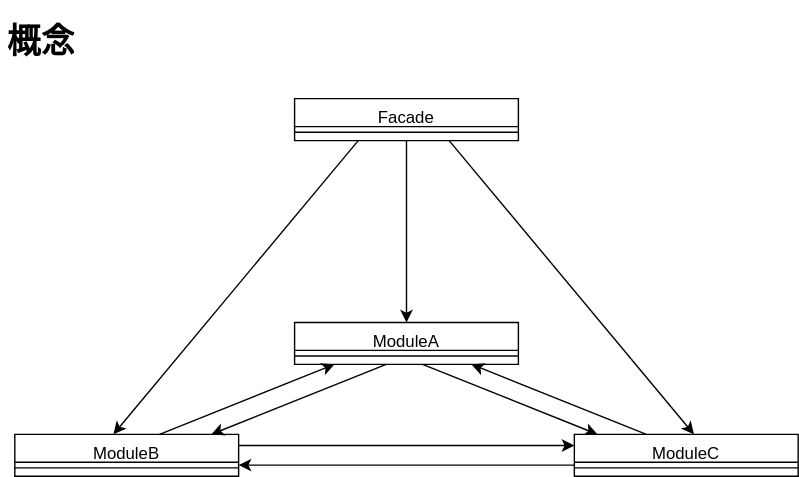
Earlier version of the draw.io export drawio/facade/facade_concept.drawio.svg (go-to-k/cdk-gof-design-pattern). Source tidied: cells renumbered, new cells last; positions are measured from the earlier drawing's top-left corner, leaving out a move shared by most shapes.
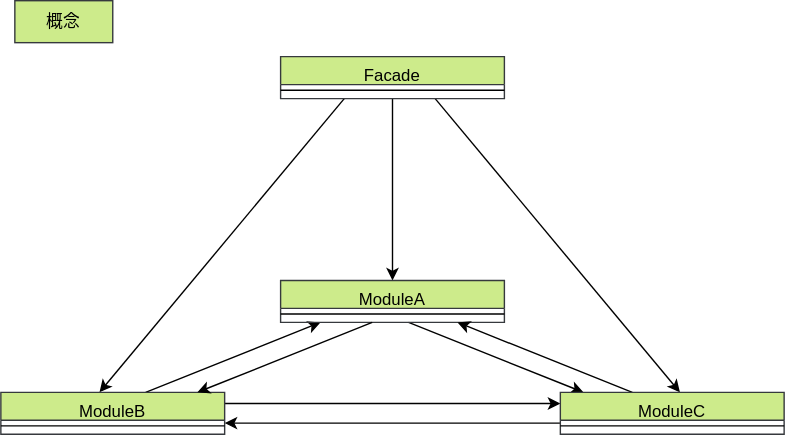
The same file after the commit.

Change to the diagram source:
```diff
@@ -17,15 +17,12 @@
         <mxPoint x="495.5" y="300" as="targetPoint" />
       </mxGeometry>
     </mxCell>
-    <mxCell id="5" value="Facade" style="swimlane;fontStyle=0;align=center;verticalAlign=top;horizontal=1;startSize=20;rounded=0;shadow=0;strokeWidth=1;" parent="1" vertex="1">
+    <mxCell id="5" value="Facade" style="swimlane;fontStyle=0;align=center;verticalAlign=top;horizontal=1;startSize=20;rounded=0;shadow=0;strokeWidth=1;fillColor=#cdeb8b;strokeColor=#36393d;" parent="1" vertex="1">
       <mxGeometry x="210" y="60" width="160" height="30" as="geometry" />
     </mxCell>
     <mxCell id="6" style="line;html=1;strokeWidth=1;align=left;verticalAlign=middle;spacingTop=-1;spacingLeft=3;spacingRight=3;labelPosition=right;" parent="5" vertex="1">
       <mxGeometry y="20" width="160" height="8" as="geometry" />
     </mxCell>
-    <mxCell id="7" value="&lt;h1&gt;概念&lt;/h1&gt;" style="text;html=1;strokeColor=none;fillColor=none;spacing=5;spacingTop=-20;whiteSpace=wrap;overflow=hidden;rounded=0;" parent="1" vertex="1">
-      <mxGeometry width="60" height="40" as="geometry" />
-    </mxCell>
     <mxCell id="8" style="edgeStyle=none;html=1;" parent="1" edge="1">
       <mxGeometry relative="1" as="geometry">
         <mxPoint x="113.5" y="300" as="sourcePoint" />
@@ -38,7 +35,7 @@
         <mxPoint x="410" y="308" as="targetPoint" />
       </mxGeometry>
     </mxCell>
-    <mxCell id="10" value="ModuleB" style="swimlane;fontStyle=0;align=center;verticalAlign=top;horizontal=1;startSize=20;rounded=0;shadow=0;strokeWidth=1;" parent="1" vertex="1">
+    <mxCell id="10" value="ModuleB" style="swimlane;fontStyle=0;align=center;verticalAlign=top;horizontal=1;startSize=20;rounded=0;shadow=0;strokeWidth=1;fillColor=#cdeb8b;strokeColor=#36393d;" parent="1" vertex="1">
       <mxGeometry x="10" y="300" width="160" height="30" as="geometry" />
     </mxCell>
     <mxCell id="11" style="line;html=1;strokeWidth=1;align=left;verticalAlign=middle;spacingTop=-1;spacingLeft=3;spacingRight=3;labelPosition=right;" parent="10" vertex="1">
@@ -50,7 +47,7 @@
         <mxPoint x="426.5" y="300" as="targetPoint" />
       </mxGeometry>
     </mxCell>
-    <mxCell id="13" value="ModuleA" style="swimlane;fontStyle=0;align=center;verticalAlign=top;horizontal=1;startSize=20;rounded=0;shadow=0;strokeWidth=1;" parent="1" vertex="1">
+    <mxCell id="13" value="ModuleA" style="swimlane;fontStyle=0;align=center;verticalAlign=top;horizontal=1;startSize=20;rounded=0;shadow=0;strokeWidth=1;fillColor=#cdeb8b;strokeColor=#36393d;" parent="1" vertex="1">
       <mxGeometry x="210" y="220" width="160" height="30" as="geometry" />
     </mxCell>
     <mxCell id="14" style="line;html=1;strokeWidth=1;align=left;verticalAlign=middle;spacingTop=-1;spacingLeft=3;spacingRight=3;labelPosition=right;" parent="13" vertex="1">
@@ -68,7 +65,7 @@
         <mxPoint x="170" y="322" as="targetPoint" />
       </mxGeometry>
     </mxCell>
-    <mxCell id="17" value="ModuleC" style="swimlane;fontStyle=0;align=center;verticalAlign=top;horizontal=1;startSize=20;rounded=0;shadow=0;strokeWidth=1;" parent="1" vertex="1">
+    <mxCell id="17" value="ModuleC" style="swimlane;fontStyle=0;align=center;verticalAlign=top;horizontal=1;startSize=20;rounded=0;shadow=0;strokeWidth=1;fillColor=#cdeb8b;strokeColor=#36393d;" parent="1" vertex="1">
       <mxGeometry x="410" y="300" width="160" height="30" as="geometry" />
     </mxCell>
     <mxCell id="18" style="line;html=1;strokeWidth=1;align=left;verticalAlign=middle;spacingTop=-1;spacingLeft=3;spacingRight=3;labelPosition=right;" parent="17" vertex="1">
@@ -80,5 +77,8 @@
         <mxPoint x="150.5" y="300" as="targetPoint" />
       </mxGeometry>
     </mxCell>
+    <mxCell id="7" value="概念" style="rounded=0;whiteSpace=wrap;html=1;fillColor=#cdeb8b;strokeColor=#36393d;" parent="1" vertex="1">
+      <mxGeometry x="20" y="20" width="70" height="30" as="geometry" />
+    </mxCell>
   </root>
 </mxGraphModel>
```
